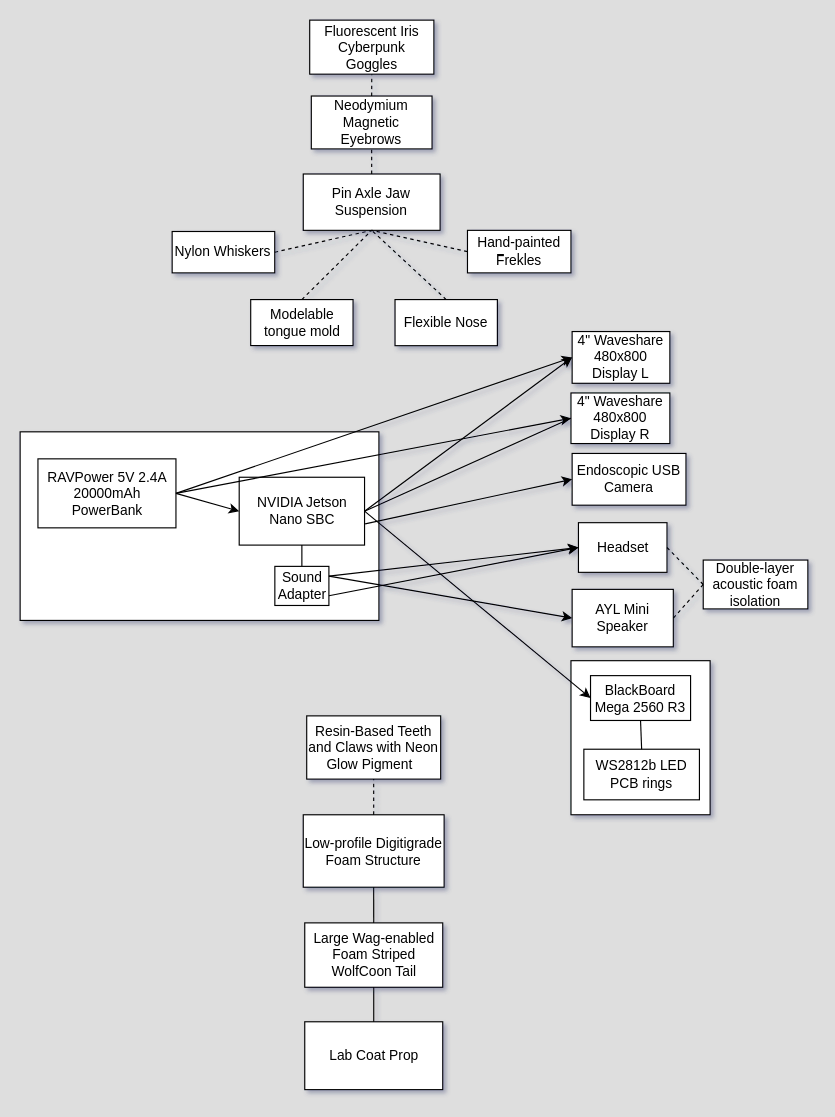
Before: Suit Concept/Basic hardware flowchart.drawio in MekhyW/BOSS-Electronic_Fursuit, a draw.io diagram. Source tidied: cells renumbered, new cells numbered last; positions are measured from the earlier drawing's top-left corner, leaving out a move shared by most shapes. Both pictures are drawn from the tidied source at 115%, with x=0, y=0 at pixel (20, 20).
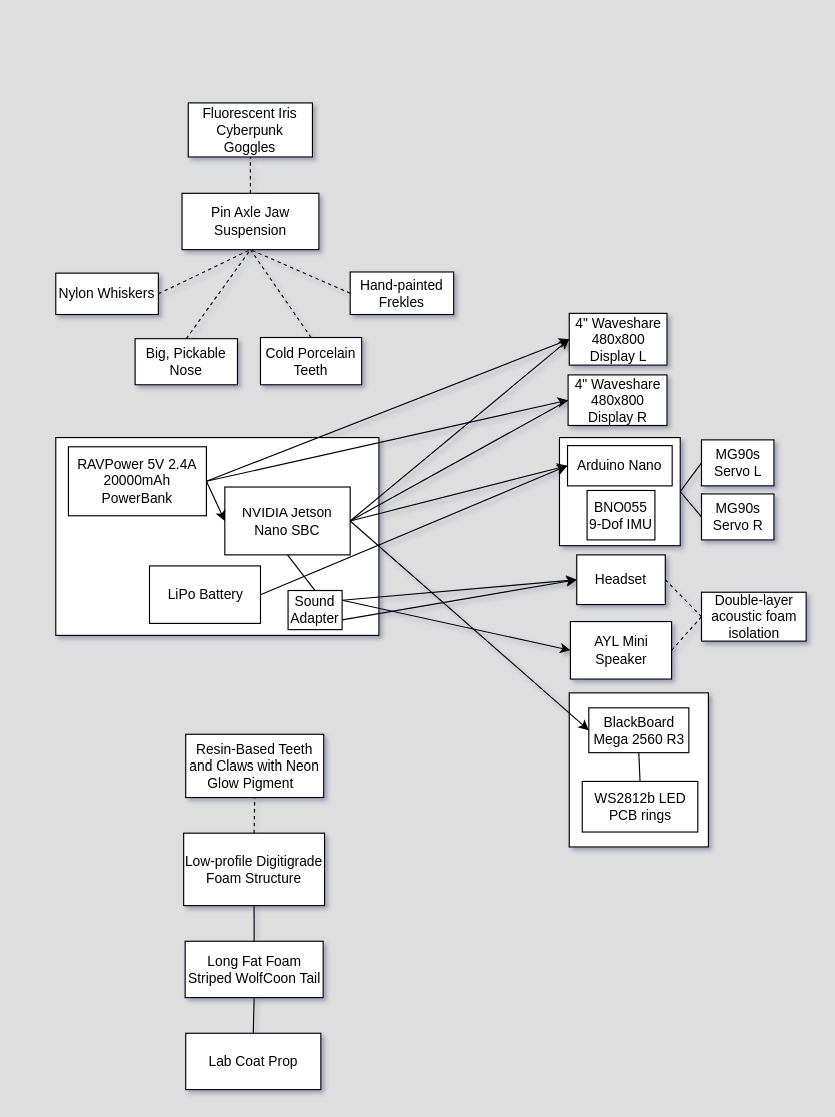
Above is the later version.

Diff of the diagram source:
```diff
@@
+    <mxCell id="49" style="rounded=0;whiteSpace=wrap;html=1;" parent="1" vertex="1">
+      <mxGeometry x="469" y="363" width="105" height="94" as="geometry" />
+    </mxCell>
     <mxCell id="2" style="rounded=0;whiteSpace=wrap;html=1;" parent="1" vertex="1">
-      <mxGeometry x="479" y="557" width="121" height="134" as="geometry" />
+      <mxGeometry x="477.5" y="585" width="121" height="134" as="geometry" />
     </mxCell>
     <mxCell id="3" style="rounded=0;whiteSpace=wrap;html=1;" parent="1" vertex="1">
-      <mxGeometry y="358" width="312" height="164" as="geometry" />
+      <mxGeometry x="31" y="363" width="281" height="172" as="geometry" />
     </mxCell>
     <mxCell id="4" value="NVIDIA Jetson Nano SBC" style="rounded=0;whiteSpace=wrap;html=1;" parent="1" vertex="1">
-      <mxGeometry x="190.5" y="397.5" width="109" height="59" as="geometry" />
+      <mxGeometry x="178" y="406" width="109" height="59" as="geometry" />
     </mxCell>
     <mxCell id="5" value="RAVPower 5V 2.4A&lt;br&gt;20000mAh PowerBank" style="rounded=0;whiteSpace=wrap;html=1;" parent="1" vertex="1">
-      <mxGeometry x="15.5" y="381.5" width="120" height="60" as="geometry" />
+      <mxGeometry x="42" y="371" width="120" height="60" as="geometry" />
     </mxCell>
     <mxCell id="6" value="AYL Mini Speaker" style="rounded=0;whiteSpace=wrap;html=1;" parent="1" vertex="1">
-      <mxGeometry x="480" y="495" width="88" height="50" as="geometry" />
+      <mxGeometry x="478.5" y="523" width="88" height="50" as="geometry" />
     </mxCell>
     <mxCell id="7" value="4&quot; Waveshare&lt;br&gt;480x800 Display L" style="rounded=0;whiteSpace=wrap;html=1;" parent="1" vertex="1">
-      <mxGeometry x="480" y="270.8" width="85" height="45" as="geometry" />
+      <mxGeometry x="477.5" y="255" width="85" height="45" as="geometry" />
     </mxCell>
     <mxCell id="8" value="Headset" style="rounded=0;whiteSpace=wrap;html=1;" parent="1" vertex="1">
-      <mxGeometry x="485.5" y="437" width="77" height="43.2" as="geometry" />
+      <mxGeometry x="484" y="465" width="77" height="43.2" as="geometry" />
     </mxCell>
     <mxCell id="9" value="4&quot; Waveshare&lt;br&gt;480x800 Display R" style="rounded=0;whiteSpace=wrap;html=1;" parent="1" vertex="1">
-      <mxGeometry x="479" y="324.2" width="86" height="44" as="geometry" />
+      <mxGeometry x="476.5" y="308.5" width="86" height="44" as="geometry" />
     </mxCell>
@@
     <mxCell id="11" value="Pin Axle Jaw Suspension" style="rounded=0;whiteSpace=wrap;html=1;" parent="1" vertex="1">
-      <mxGeometry x="246.2" y="133.8" width="119" height="49" as="geometry" />
+      <mxGeometry x="140.8" y="150.6" width="119" height="49" as="geometry" />
     </mxCell>
     <mxCell id="12" value="Sound Adapter" style="rounded=0;whiteSpace=wrap;html=1;" parent="1" vertex="1">
-      <mxGeometry x="221.5" y="475" width="47" height="34" as="geometry" />
+      <mxGeometry x="233" y="496" width="47" height="34" as="geometry" />
     </mxCell>
@@
     <mxCell id="16" value="Low-profile Digitigrade Foam Structure" style="rounded=0;whiteSpace=wrap;html=1;" parent="1" vertex="1">
-      <mxGeometry x="246.2" y="691" width="122.5" height="63" as="geometry" />
+      <mxGeometry x="142.2" y="707" width="122.5" height="63" as="geometry" />
     </mxCell>
     <mxCell id="17" value="Lab Coat Prop" style="rounded=0;whiteSpace=wrap;html=1;" parent="1" vertex="1">
-      <mxGeometry x="247.5" y="871" width="120" height="59" as="geometry" />
+      <mxGeometry x="144" y="881" width="117.5" height="49" as="geometry" />
     </mxCell>
-    <mxCell id="18" value="Endoscopic USB Camera" style="rounded=0;whiteSpace=wrap;html=1;" parent="1" vertex="1">
-      <mxGeometry x="480" y="376.8" width="99" height="45" as="geometry" />
-    </mxCell>
-    <mxCell id="19" style="endArrow=classic;html=1;entryX=0;entryY=0.5;entryDx=0;entryDy=0;" parent="1" edge="1" target="18">
-      <mxGeometry relative="1" as="geometry">
-        <mxPoint x="300" y="438" as="sourcePoint" />
-      </mxGeometry>
-    </mxCell>
@@
-    <mxCell id="21" value="Modelable tongue mold" style="rounded=0;whiteSpace=wrap;html=1;" parent="1" vertex="1">
-      <mxGeometry x="200.5" y="243" width="89" height="40" as="geometry" />
-    </mxCell>
@@
-    <mxCell id="23" value="Neodymium Magnetic Eyebrows" style="rounded=0;whiteSpace=wrap;html=1;" parent="1" vertex="1">
-      <mxGeometry x="253.2" y="66" width="105" height="46" as="geometry" />
-    </mxCell>
     <mxCell id="24" value="BlackBoard Mega 2560 R3" style="rounded=0;whiteSpace=wrap;html=1;" parent="1" vertex="1">
-      <mxGeometry x="496" y="570" width="87" height="39" as="geometry" />
+      <mxGeometry x="494.5" y="598" width="87" height="39" as="geometry" />
     </mxCell>
@@
     <mxCell id="27" value="Double-layer acoustic foam isolation" style="rounded=0;whiteSpace=wrap;html=1;" parent="1" vertex="1">
-      <mxGeometry x="594" y="469.5" width="91" height="42.5" as="geometry" />
+      <mxGeometry x="592.5" y="497.5" width="91" height="42.5" as="geometry" />
     </mxCell>
     <mxCell id="28" value="WS2812b LED PCB rings" style="rounded=0;whiteSpace=wrap;html=1;" parent="1" vertex="1">
-      <mxGeometry x="490.2" y="634" width="100.5" height="44" as="geometry" />
+      <mxGeometry x="488.8" y="662" width="100.5" height="44" as="geometry" />
     </mxCell>
@@
     <mxCell id="30" value="Resin-Based Teeth and Claws with Neon Glow Pigment&amp;nbsp;&amp;nbsp;" style="rounded=0;whiteSpace=wrap;html=1;" parent="1" vertex="1">
-      <mxGeometry x="249.2" y="605" width="116.5" height="55" as="geometry" />
+      <mxGeometry x="144" y="621" width="120" height="55" as="geometry" />
     </mxCell>
@@
     <mxCell id="32" value="Nylon Whiskers" style="rounded=0;whiteSpace=wrap;html=1;" parent="1" vertex="1">
-      <mxGeometry x="132.2" y="183.8" width="89.2" height="36" as="geometry" />
+      <mxGeometry x="31" y="220" width="89.2" height="36" as="geometry" />
     </mxCell>
-    <mxCell id="33" style="endArrow=none;html=1;entryX=0.5;entryY=1;entryDx=0;entryDy=0;exitX=0.5;exitY=0;exitDx=0;exitDy=0;" parent="1" edge="1" source="12" target="4">
-      <mxGeometry relative="1" as="geometry" />
-    </mxCell>
-    <mxCell id="34" value="Large Wag-enabled Foam Striped WolfCoon Tail" style="rounded=0;whiteSpace=wrap;html=1;" parent="1" vertex="1">
-      <mxGeometry x="247.5" y="785" width="120" height="56" as="geometry" />
+    <mxCell id="34" value="Long Fat Foam Striped WolfCoon Tail" style="rounded=0;whiteSpace=wrap;html=1;" parent="1" vertex="1">
+      <mxGeometry x="143.5" y="801" width="120" height="49" as="geometry" />
     </mxCell>
@@
     <mxCell id="37" value="Fluorescent Iris Cyberpunk &lt;br&gt;Goggles" style="rounded=0;whiteSpace=wrap;html=1;" parent="1" vertex="1">
-      <mxGeometry x="251.8" width="108" height="47" as="geometry" />
+      <mxGeometry x="146.2" y="72" width="108" height="47" as="geometry" />
     </mxCell>
@@
-    <mxCell id="40" value="Flexible Nose" style="rounded=0;whiteSpace=wrap;html=1;" parent="1" vertex="1">
-      <mxGeometry x="326" y="243" width="89" height="40.1" as="geometry" />
+    <mxCell id="40" value="Big, Pickable Nose" style="rounded=0;whiteSpace=wrap;html=1;" parent="1" vertex="1">
+      <mxGeometry x="100" y="277" width="89" height="40.1" as="geometry" />
     </mxCell>
     <mxCell id="41" value="Hand-painted Frekles" style="rounded=0;whiteSpace=wrap;html=1;" parent="1" vertex="1">
-      <mxGeometry x="389" y="182.8" width="90" height="37" as="geometry" />
+      <mxGeometry x="287" y="219" width="90" height="37" as="geometry" />
     </mxCell>
@@
-    <mxCell id="43" style="endArrow=none;dashed=1;html=1;entryX=0.5;entryY=1;entryDx=0;entryDy=0;exitX=0.5;exitY=0;exitDx=0;exitDy=0;" parent="1" edge="1" source="23" target="37">
-      <mxGeometry relative="1" as="geometry" />
-    </mxCell>
-    <mxCell id="44" style="endArrow=none;dashed=1;html=1;entryX=0.5;entryY=1;entryDx=0;entryDy=0;exitX=0.5;exitY=0;exitDx=0;exitDy=0;" parent="1" edge="1" source="11" target="23">
+    <mxCell id="44" style="endArrow=none;dashed=1;html=1;entryX=0.5;entryY=1;entryDx=0;entryDy=0;exitX=0.5;exitY=0;exitDx=0;exitDy=0;" parent="1" edge="1" source="11" target="37">
       <mxGeometry relative="1" as="geometry" />
     </mxCell>
@@
-    <mxCell id="47" style="endArrow=none;dashed=1;html=1;entryX=0.5;entryY=1;entryDx=0;entryDy=0;exitX=0.5;exitY=0;exitDx=0;exitDy=0;" parent="1" edge="1" source="21" target="11">
-      <mxGeometry relative="1" as="geometry" />
-    </mxCell>
@@
+    <mxCell id="50" value="Arduino Nano" style="rounded=0;whiteSpace=wrap;html=1;" parent="1" vertex="1">
+      <mxGeometry x="476" y="370" width="91" height="35" as="geometry" />
+    </mxCell>
+    <mxCell id="51" value="LiPo Battery" style="rounded=0;whiteSpace=wrap;html=1;" parent="1" vertex="1">
+      <mxGeometry x="112.5" y="474.6" width="96.5" height="50" as="geometry" />
+    </mxCell>
+    <mxCell id="52" style="endArrow=classic;html=1;exitX=1;exitY=0.5;exitDx=0;exitDy=0;entryX=0;entryY=0.5;entryDx=0;entryDy=0;" parent="1" edge="1" source="51" target="50">
+      <mxGeometry relative="1" as="geometry" />
+    </mxCell>
+    <mxCell id="53" style="endArrow=classic;html=1;exitX=1;exitY=0.5;exitDx=0;exitDy=0;entryX=0;entryY=0.5;entryDx=0;entryDy=0;" parent="1" edge="1" source="4" target="50">
+      <mxGeometry relative="1" as="geometry" />
+    </mxCell>
+    <mxCell id="54" value="MG90s Servo L" style="rounded=0;whiteSpace=wrap;html=1;" parent="1" vertex="1">
+      <mxGeometry x="592.5" y="365" width="63" height="40" as="geometry" />
+    </mxCell>
+    <mxCell id="55" value="MG90s Servo R" style="rounded=0;whiteSpace=wrap;html=1;" parent="1" vertex="1">
+      <mxGeometry x="592.5" y="412" width="63" height="40" as="geometry" />
+    </mxCell>
+    <mxCell id="56" style="endArrow=none;html=1;entryX=1;entryY=0.5;entryDx=0;entryDy=0;exitX=0;exitY=0.5;exitDx=0;exitDy=0;" parent="1" edge="1" source="55" target="49">
+      <mxGeometry relative="1" as="geometry" />
+    </mxCell>
+    <mxCell id="57" style="endArrow=none;html=1;exitX=1;exitY=0.5;exitDx=0;exitDy=0;entryX=0;entryY=0.5;entryDx=0;entryDy=0;" parent="1" edge="1" source="49" target="54">
+      <mxGeometry relative="1" as="geometry" />
+    </mxCell>
+    <mxCell id="58" value="BNO055 9-Dof IMU" style="rounded=0;whiteSpace=wrap;html=1;" parent="1" vertex="1">
+      <mxGeometry x="493" y="409" width="59" height="43" as="geometry" />
+    </mxCell>
+    <mxCell id="59" value="Cold Porcelain Teeth" style="rounded=0;whiteSpace=wrap;html=1;" parent="1" vertex="1">
+      <mxGeometry x="209" y="276" width="88" height="41.1" as="geometry" />
+    </mxCell>
+    <mxCell id="60" style="endArrow=none;dashed=1;html=1;entryX=0.5;entryY=1;entryDx=0;entryDy=0;exitX=0.5;exitY=0;exitDx=0;exitDy=0;" parent="1" edge="1" source="59" target="11">
+      <mxGeometry relative="1" as="geometry" />
+    </mxCell>
+    <mxCell id="33" style="endArrow=none;html=1;entryX=0.5;entryY=1;entryDx=0;entryDy=0;exitX=0.5;exitY=0;exitDx=0;exitDy=0;" parent="1" edge="1" source="12" target="4">
+      <mxGeometry relative="1" as="geometry" />
+    </mxCell>
```
